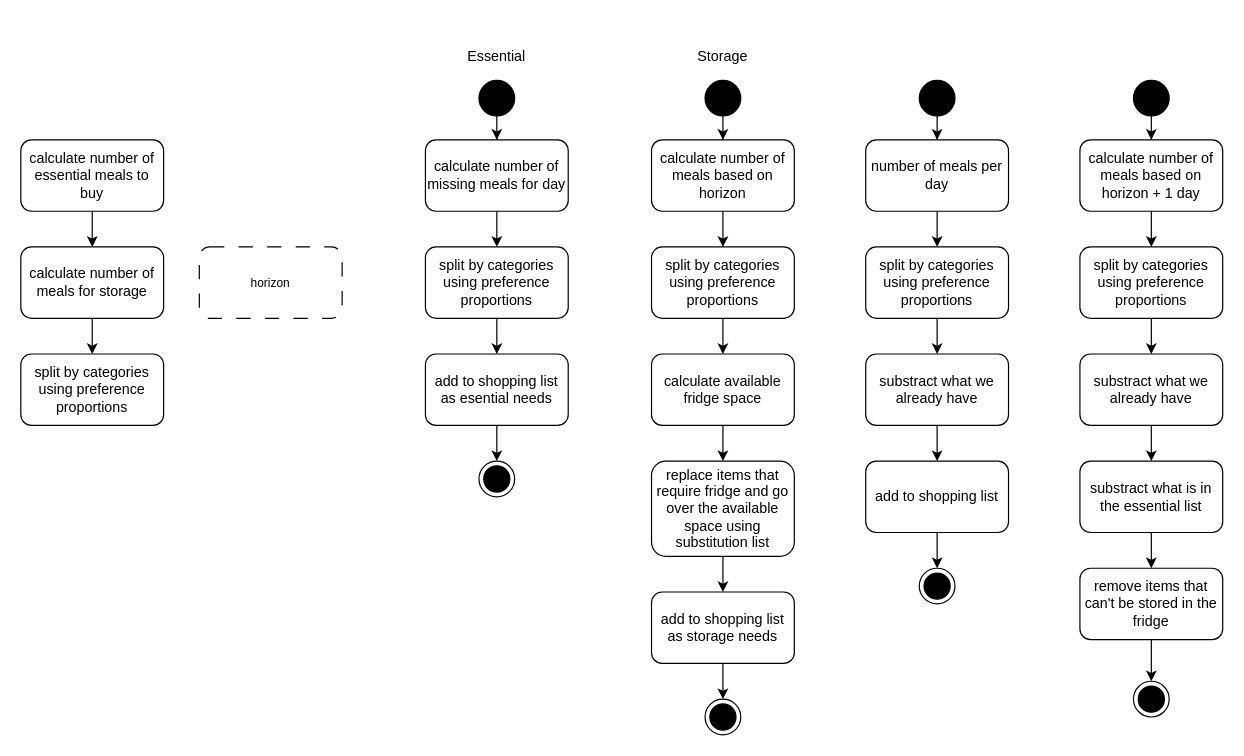
Earlier version of the draw.io diagram page "build shopping list" (10 of 17) of consumption behavior.drawio (JoaquinAmeller/amaea-model). Source tidied: cells renumbered, new cells numbered last; positions are measured from the earlier drawing's top-left corner, leaving out a move shared by most shapes. Both pictures are drawn from the tidied source at 119%, with x=0, y=0 at pixel (20, 20).
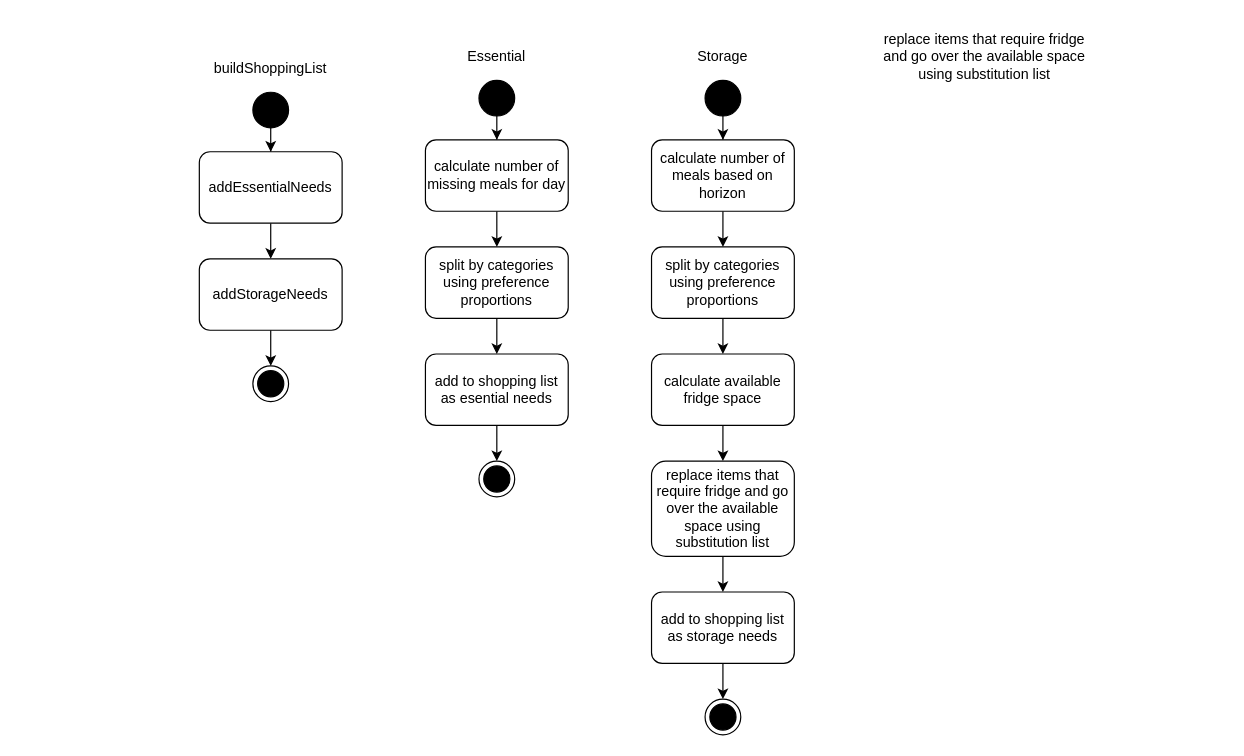
After the change.

The edit, as a diff of the source:
```diff
@@
-    <mxCell id="2" style="edgeStyle=orthogonalEdgeStyle;rounded=0;jettySize=auto;html=1;" parent="1" edge="1" source="3" target="5">
-      <mxGeometry relative="1" as="geometry" />
-    </mxCell>
-    <mxCell id="3" value="calculate number of essential meals to buy" style="rounded=1;whiteSpace=wrap;html=1;" parent="1" vertex="1">
-      <mxGeometry y="100" width="120" height="60" as="geometry" />
-    </mxCell>
-    <mxCell id="4" style="edgeStyle=orthogonalEdgeStyle;rounded=0;jettySize=auto;html=1;" parent="1" edge="1" source="5" target="7">
-      <mxGeometry relative="1" as="geometry" />
-    </mxCell>
-    <mxCell id="5" value="calculate number of meals for storage" style="rounded=1;whiteSpace=wrap;html=1;" parent="1" vertex="1">
-      <mxGeometry y="190" width="120" height="60" as="geometry" />
-    </mxCell>
-    <mxCell id="6" value="horizon" style="rounded=1;whiteSpace=wrap;html=1;dashed=1;dashPattern=12 12;fontSize=10;" parent="1" vertex="1">
-      <mxGeometry x="150" y="190" width="120" height="60" as="geometry" />
-    </mxCell>
-    <mxCell id="7" value="split by categories using preference proportions" style="rounded=1;whiteSpace=wrap;html=1;" parent="1" vertex="1">
-      <mxGeometry y="280" width="120" height="60" as="geometry" />
-    </mxCell>
@@
-    <mxCell id="32" style="edgeStyle=orthogonalEdgeStyle;rounded=0;jettySize=auto;html=1;" parent="1" edge="1" source="33" target="35">
-      <mxGeometry relative="1" as="geometry" />
-    </mxCell>
-    <mxCell id="33" style="ellipse;fillColor=strokeColor;html=1;" parent="1" vertex="1">
-      <mxGeometry x="755" y="50" width="30" height="30" as="geometry" />
-    </mxCell>
-    <mxCell id="34" style="edgeStyle=orthogonalEdgeStyle;rounded=0;jettySize=auto;html=1;" parent="1" edge="1" source="35" target="37">
-      <mxGeometry relative="1" as="geometry" />
-    </mxCell>
-    <mxCell id="35" value="number of meals per day" style="rounded=1;whiteSpace=wrap;html=1;" parent="1" vertex="1">
-      <mxGeometry x="710" y="100" width="120" height="60" as="geometry" />
-    </mxCell>
-    <mxCell id="36" style="edgeStyle=orthogonalEdgeStyle;rounded=0;jettySize=auto;html=1;" parent="1" edge="1" source="37" target="39">
-      <mxGeometry relative="1" as="geometry" />
-    </mxCell>
-    <mxCell id="37" value="split by categories using preference proportions" style="rounded=1;whiteSpace=wrap;html=1;" parent="1" vertex="1">
-      <mxGeometry x="710" y="190" width="120" height="60" as="geometry" />
-    </mxCell>
-    <mxCell id="38" style="edgeStyle=orthogonalEdgeStyle;rounded=0;jettySize=auto;html=1;" parent="1" edge="1" source="39" target="41">
-      <mxGeometry relative="1" as="geometry" />
-    </mxCell>
-    <mxCell id="39" value="substract what we already have" style="rounded=1;whiteSpace=wrap;html=1;" parent="1" vertex="1">
-      <mxGeometry x="710" y="280" width="120" height="60" as="geometry" />
-    </mxCell>
-    <mxCell id="40" style="edgeStyle=orthogonalEdgeStyle;rounded=0;jettySize=auto;html=1;" parent="1" edge="1" source="41" target="42">
-      <mxGeometry relative="1" as="geometry" />
-    </mxCell>
-    <mxCell id="41" value="add to shopping list" style="rounded=1;whiteSpace=wrap;html=1;" parent="1" vertex="1">
-      <mxGeometry x="710" y="370" width="120" height="60" as="geometry" />
-    </mxCell>
-    <mxCell id="42" style="ellipse;html=1;shape=endState;fillColor=strokeColor;" parent="1" vertex="1">
-      <mxGeometry x="755" y="460" width="30" height="30" as="geometry" />
-    </mxCell>
-    <mxCell id="43" style="edgeStyle=orthogonalEdgeStyle;rounded=0;jettySize=auto;html=1;" parent="1" edge="1" source="44" target="46">
-      <mxGeometry relative="1" as="geometry" />
-    </mxCell>
-    <mxCell id="44" style="ellipse;fillColor=strokeColor;html=1;" parent="1" vertex="1">
-      <mxGeometry x="935" y="50" width="30" height="30" as="geometry" />
-    </mxCell>
-    <mxCell id="45" style="edgeStyle=orthogonalEdgeStyle;rounded=0;jettySize=auto;html=1;" parent="1" edge="1" source="46" target="48">
-      <mxGeometry relative="1" as="geometry" />
-    </mxCell>
-    <mxCell id="46" value="calculate number of meals based on horizon + 1 day" style="rounded=1;whiteSpace=wrap;html=1;" parent="1" vertex="1">
-      <mxGeometry x="890" y="100" width="120" height="60" as="geometry" />
-    </mxCell>
-    <mxCell id="47" style="edgeStyle=orthogonalEdgeStyle;rounded=0;jettySize=auto;html=1;" parent="1" edge="1" source="48" target="50">
-      <mxGeometry relative="1" as="geometry" />
-    </mxCell>
-    <mxCell id="48" value="split by categories using preference proportions" style="rounded=1;whiteSpace=wrap;html=1;" parent="1" vertex="1">
-      <mxGeometry x="890" y="190" width="120" height="60" as="geometry" />
-    </mxCell>
-    <mxCell id="49" style="edgeStyle=orthogonalEdgeStyle;rounded=0;jettySize=auto;html=1;" parent="1" edge="1" source="50">
-      <mxGeometry relative="1" as="geometry">
-        <mxPoint x="950" y="370" as="targetPoint" />
-      </mxGeometry>
-    </mxCell>
-    <mxCell id="50" value="substract what we already have" style="rounded=1;whiteSpace=wrap;html=1;" parent="1" vertex="1">
-      <mxGeometry x="890" y="280" width="120" height="60" as="geometry" />
-    </mxCell>
-    <mxCell id="51" style="edgeStyle=orthogonalEdgeStyle;rounded=0;jettySize=auto;html=1;" parent="1" edge="1" source="52" target="53">
-      <mxGeometry relative="1" as="geometry" />
-    </mxCell>
-    <mxCell id="52" value="remove items that can't be stored in the fridge" style="rounded=1;whiteSpace=wrap;html=1;" parent="1" vertex="1">
-      <mxGeometry x="890" y="460" width="120" height="60" as="geometry" />
-    </mxCell>
-    <mxCell id="53" style="ellipse;html=1;shape=endState;fillColor=strokeColor;" parent="1" vertex="1">
-      <mxGeometry x="935" y="555" width="30" height="30" as="geometry" />
-    </mxCell>
-    <mxCell id="54" style="edgeStyle=orthogonalEdgeStyle;rounded=0;jettySize=auto;html=1;" parent="1" edge="1" source="55" target="52">
-      <mxGeometry relative="1" as="geometry" />
-    </mxCell>
-    <mxCell id="55" value="substract what is in the essential list" style="rounded=1;whiteSpace=wrap;html=1;" parent="1" vertex="1">
-      <mxGeometry x="890" y="370" width="120" height="60" as="geometry" />
-    </mxCell>
+    <mxCell id="56" value="buildShoppingList" style="rounded=1;whiteSpace=wrap;html=1;strokeColor=none;fillColor=none;" parent="1" vertex="1">
+      <mxGeometry x="150" y="10" width="120" height="60" as="geometry" />
+    </mxCell>
+    <mxCell id="57" style="edgeStyle=orthogonalEdgeStyle;rounded=0;jettySize=auto;html=1;" parent="1" edge="1" source="58" target="60">
+      <mxGeometry relative="1" as="geometry" />
+    </mxCell>
+    <mxCell id="58" style="ellipse;fillColor=strokeColor;html=1;" parent="1" vertex="1">
+      <mxGeometry x="195" y="60" width="30" height="30" as="geometry" />
+    </mxCell>
+    <mxCell id="59" style="edgeStyle=orthogonalEdgeStyle;rounded=0;jettySize=auto;html=1;" parent="1" edge="1" source="60" target="62">
+      <mxGeometry relative="1" as="geometry" />
+    </mxCell>
+    <mxCell id="60" value="addEssentialNeeds" style="rounded=1;whiteSpace=wrap;html=1;" parent="1" vertex="1">
+      <mxGeometry x="150" y="110" width="120" height="60" as="geometry" />
+    </mxCell>
+    <mxCell id="61" style="edgeStyle=orthogonalEdgeStyle;rounded=0;jettySize=auto;html=1;" parent="1" edge="1" source="62">
+      <mxGeometry relative="1" as="geometry">
+        <mxPoint x="210" y="290" as="targetPoint" />
+      </mxGeometry>
+    </mxCell>
+    <mxCell id="62" value="addStorageNeeds" style="rounded=1;whiteSpace=wrap;html=1;" parent="1" vertex="1">
+      <mxGeometry x="150" y="200" width="120" height="60" as="geometry" />
+    </mxCell>
+    <mxCell id="63" style="ellipse;html=1;shape=endState;fillColor=strokeColor;" parent="1" vertex="1">
+      <mxGeometry x="195" y="290" width="30" height="30" as="geometry" />
+    </mxCell>
+    <mxCell id="64" value="replace items that require fridge and go over the available space using substitution list" style="rounded=1;whiteSpace=wrap;html=1;strokeColor=none;fillColor=none;" parent="1" vertex="1">
+      <mxGeometry x="720" width="180" height="60" as="geometry" />
+    </mxCell>
```
